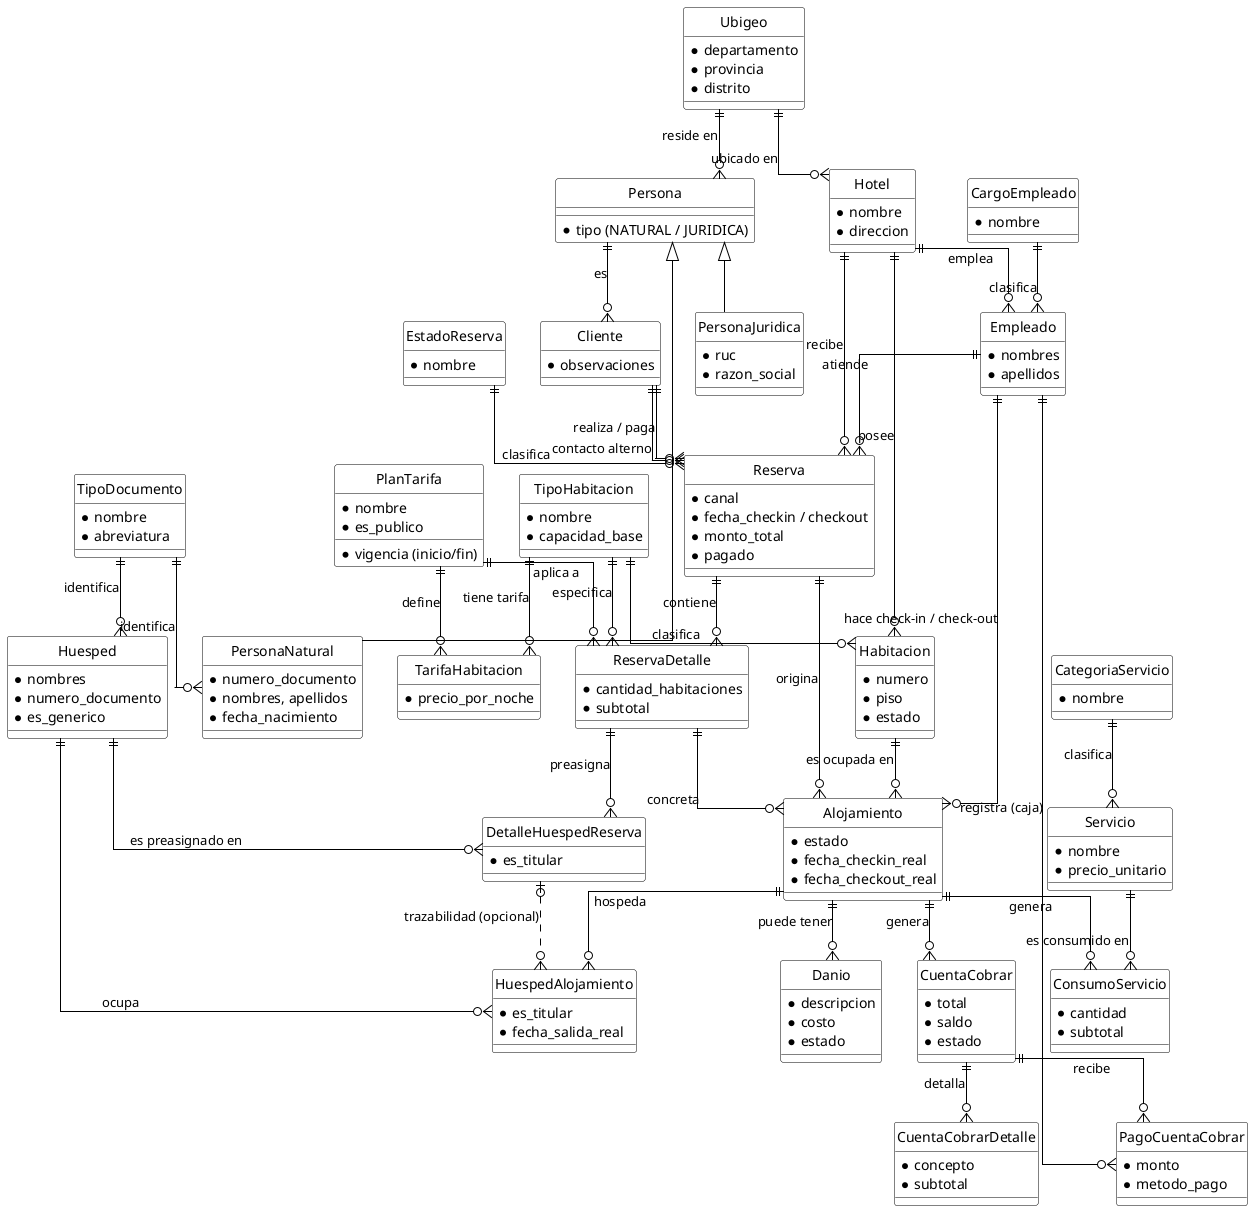
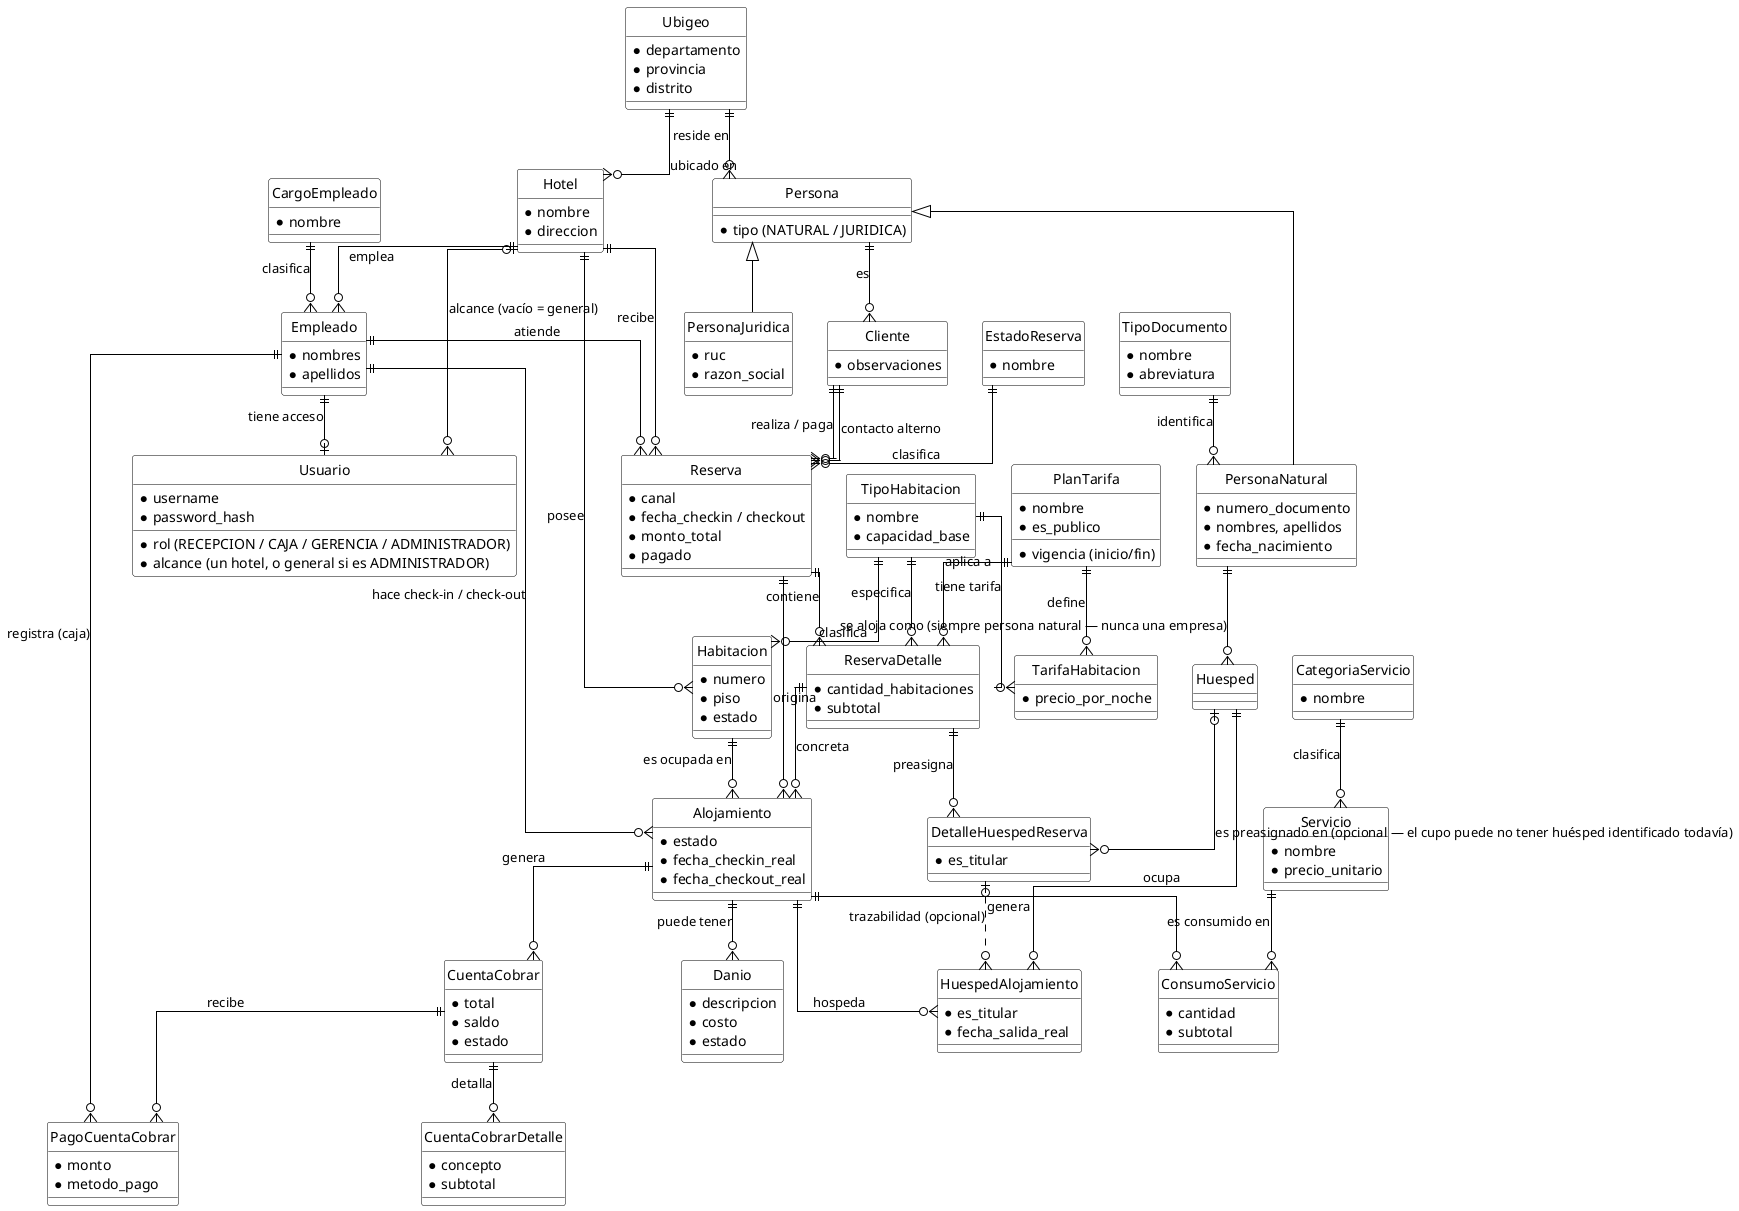
@startuml 01_Modelo_Conceptual

' =============================================================
'  MODELO CONCEPTUAL (Diagrama Entidad-Relación)
'  Proyecto: Sistema de gestión de reservas y estadías para una
'            cadena de hoteles turísticos.
'  Nivel conceptual: solo entidades, atributos identificadores/
'  clave y relaciones con su cardinalidad. Sin tipos de dato ni
'  detalles de implementación (eso va en el modelo lógico/físico).
' =============================================================

hide circle
skinparam linetype ortho
skinparam class {
    BackgroundColor White
    BorderColor Black
    ArrowColor Black
}

' ---------- Geografía y organización ----------
entity Ubigeo {
  * departamento
  * provincia
  * distrito
}

entity Hotel {
  * nombre
  * direccion
}

entity CargoEmpleado {
  * nombre
}

entity Empleado {
  * nombres
  * apellidos
}

+ ' ---------- Autenticación y autorización ----------
+ entity Usuario {
+   * username
+   * password_hash
+   * rol (RECEPCION / CAJA / GERENCIA / ADMINISTRADOR)
+   * alcance (un hotel, o general si es ADMINISTRADOR)
+ }
+ 
' ---------- Personas (facturación) ----------
entity TipoDocumento {
  * nombre
  * abreviatura
}

entity Persona {
  * tipo (NATURAL / JURIDICA)
}

entity PersonaNatural {
  * numero_documento
  * nombres, apellidos
  * fecha_nacimiento
}

entity PersonaJuridica {
  * ruc
  * razon_social
}

entity Cliente {
  * observaciones
}

- ' ---------- Huésped (quien se aloja) ----------
+ ' ---------- Huésped (rol de ocupación, no identidad propia) ----------
+ ' La incertidumbre de "quién" ocupará una habitación vive en
+ ' DetalleHuespedReserva (cupo reservado sin nombre todavía, típico en
+ ' una reserva corporativa); Huesped nunca es "genérico" — solo existe
+ ' cuando ya se conoce a la persona natural que ocupa la habitación.
entity Huesped {
-   * nombres
-   * numero_documento
-   * es_generico
}

' ---------- Habitaciones y tarifas ----------
entity TipoHabitacion {
  * nombre
  * capacidad_base
}

entity Habitacion {
  * numero
  * piso
  * estado
}

entity PlanTarifa {
  * nombre
  * vigencia (inicio/fin)
  * es_publico
}

entity TarifaHabitacion {
  * precio_por_noche
}

' ---------- Reserva ----------
entity EstadoReserva {
  * nombre
}

entity Reserva {
  * canal
  * fecha_checkin / checkout
  * monto_total
  * pagado
}

entity ReservaDetalle {
  * cantidad_habitaciones
  * subtotal
}

entity DetalleHuespedReserva {
  * es_titular
}

' ---------- Alojamiento (ocupación real) ----------
entity Alojamiento {
  * estado
  * fecha_checkin_real
  * fecha_checkout_real
}

entity HuespedAlojamiento {
  * es_titular
  * fecha_salida_real
}

' ---------- Servicios, daños y cobros ----------
entity CategoriaServicio {
  * nombre
}

entity Servicio {
  * nombre
  * precio_unitario
}

entity ConsumoServicio {
  * cantidad
  * subtotal
}

entity Danio {
  * descripcion
  * costo
  * estado
}

entity CuentaCobrar {
  * total
  * saldo
  * estado
}

entity CuentaCobrarDetalle {
  * concepto
  * subtotal
}

entity PagoCuentaCobrar {
  * monto
  * metodo_pago
}

' =============================================================
'  RELACIONES
' =============================================================

Ubigeo ||--o{ Hotel               : ubicado en
Ubigeo ||--o{ Persona             : reside en

Hotel  ||--o{ Empleado            : emplea
CargoEmpleado ||--o{ Empleado     : clasifica
+ Empleado ||--o| Usuario           : tiene acceso
+ Hotel  |o--o{ Usuario             : alcance (vacío = general)

Hotel  ||--o{ Habitacion          : posee
TipoHabitacion ||--o{ Habitacion  : clasifica
TipoHabitacion ||--o{ TarifaHabitacion : tiene tarifa
PlanTarifa ||--o{ TarifaHabitacion     : define

' Supertipo / subtipo (generalización)
Persona <|-- PersonaNatural
Persona <|-- PersonaJuridica
TipoDocumento ||--o{ PersonaNatural : identifica
- TipoDocumento ||--o{ Huesped        : identifica

Persona ||--o{ Cliente            : es

Hotel  ||--o{ Reserva             : recibe
Cliente ||--o{ Reserva            : realiza / paga
Cliente ||--o{ Reserva            : contacto alterno
Empleado ||--o{ Reserva           : atiende
EstadoReserva ||--o{ Reserva      : clasifica

Reserva ||--o{ ReservaDetalle     : contiene
TipoHabitacion ||--o{ ReservaDetalle : especifica
PlanTarifa ||--o{ ReservaDetalle  : aplica a

ReservaDetalle ||--o{ DetalleHuespedReserva : preasigna
- Huesped ||--o{ DetalleHuespedReserva        : es preasignado en
+ Huesped |o--o{ DetalleHuespedReserva        : es preasignado en (opcional — el cupo puede no tener huésped identificado todavía)

Reserva ||--o{ Alojamiento        : origina
ReservaDetalle ||--o{ Alojamiento : concreta
Habitacion ||--o{ Alojamiento     : es ocupada en
Empleado ||--o{ Alojamiento       : hace check-in / check-out

Alojamiento ||--o{ HuespedAlojamiento : hospeda
Huesped ||--o{ HuespedAlojamiento     : ocupa
DetalleHuespedReserva |o..o{ HuespedAlojamiento : trazabilidad (opcional)
+ PersonaNatural ||--o{ Huesped : se aloja como (siempre persona natural — nunca una empresa)

Alojamiento ||--o{ ConsumoServicio : genera
Servicio ||--o{ ConsumoServicio    : es consumido en
CategoriaServicio ||--o{ Servicio  : clasifica

Alojamiento ||--o{ Danio          : puede tener

Alojamiento ||--o{ CuentaCobrar   : genera
CuentaCobrar ||--o{ CuentaCobrarDetalle : detalla
CuentaCobrar ||--o{ PagoCuentaCobrar    : recibe
Empleado ||--o{ PagoCuentaCobrar        : registra (caja)

@enduml
